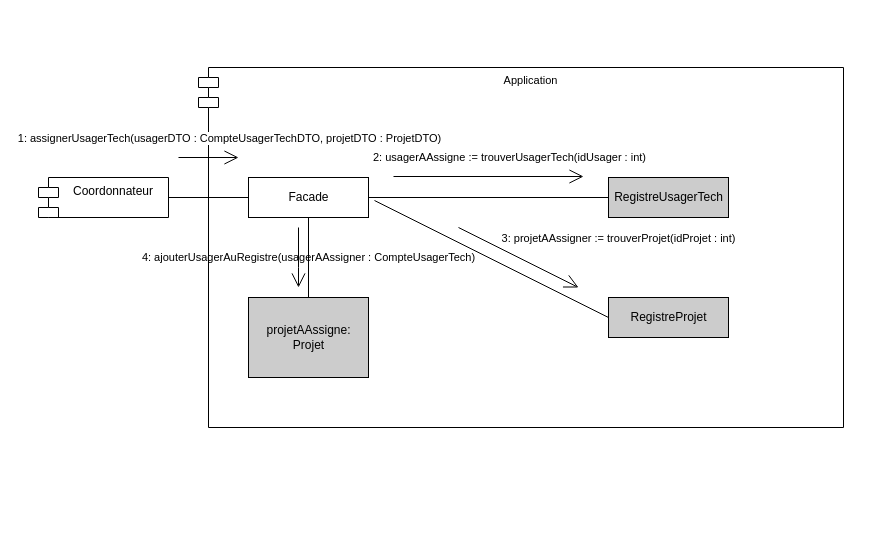
The draw.io diagram Diagrammes de conception/Diagrammes de communication/AssignerUsagerTech.drawio in ChristWasTaken/Projet-Conception-et-Archictecture, before the edit. Source tidied: cells renumbered, new cells numbered last; positions are measured from the earlier drawing's top-left corner, leaving out a move shared by most shapes. Both pictures are drawn from the tidied source at 100%, with x=0, y=0 at pixel (38, 67).
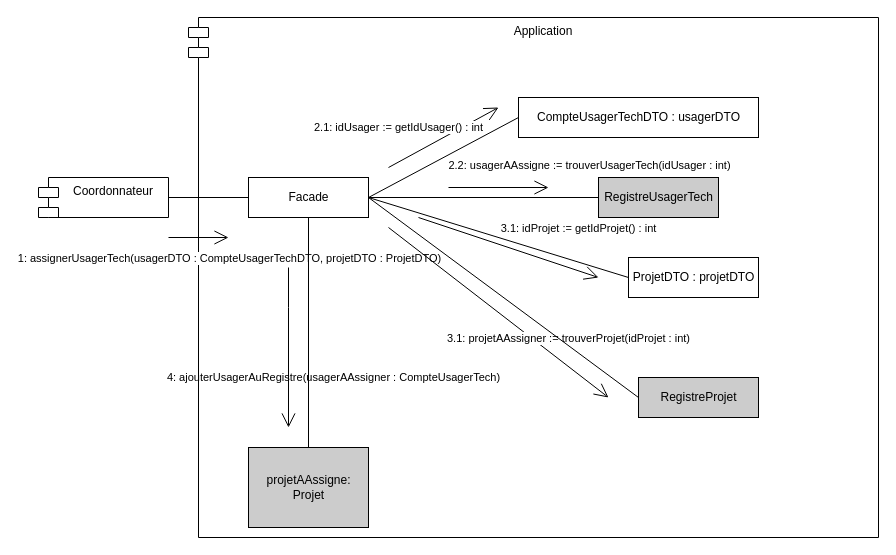
Above is the later version.

The change refers to these unchanged cells:
```xml
<mxCell id="4" value="Facade" style="html=1;fontSize=12;fillColor=#FFFFFF;" parent="1" vertex="1">
  <mxGeometry x="210" y="110" width="120" height="40" as="geometry" />
</mxCell>
```

The edit, as a diff of the source:
```diff
@@
-    <mxCell id="2" value="Application" style="shape=module;align=left;spacingLeft=20;align=center;verticalAlign=top;fontSize=11;fillColor=#FFFFFF;" parent="1" vertex="1">
-      <mxGeometry x="160" width="645" height="360" as="geometry" />
+    <mxCell id="2" value="Application" style="shape=module;align=left;spacingLeft=20;align=center;verticalAlign=top;" parent="1" vertex="1">
+      <mxGeometry x="150" y="-50" width="690" height="520" as="geometry" />
     </mxCell>
@@
     <mxCell id="6" style="endArrow=open;endFill=1;endSize=12;html=1;rounded=0;fontSize=12;" parent="1" edge="1">
       <mxGeometry relative="1" as="geometry">
-        <mxPoint x="140" y="90" as="sourcePoint" />
-        <mxPoint x="200" y="90" as="targetPoint" />
+        <mxPoint x="130" y="170" as="sourcePoint" />
+        <mxPoint x="190" y="170" as="targetPoint" />
       </mxGeometry>
     </mxCell>
     <mxCell id="7" value="1: assignerUsagerTech(usagerDTO : CompteUsagerTechDTO, projetDTO : ProjetDTO)" style="edgeLabel;html=1;align=center;verticalAlign=middle;fontSize=11;" parent="6" vertex="1">
       <mxGeometry x="0.3" y="1" relative="1" as="geometry">
-        <mxPoint x="11" y="-19" as="offset" />
+        <mxPoint x="21" y="21" as="offset" />
       </mxGeometry>
     </mxCell>
-    <mxCell id="8" value="RegistreUsagerTech" style="html=1;fontSize=12;fillColor=#CCCCCC;" parent="1" vertex="1">
-      <mxGeometry x="570" y="110" width="120" height="40" as="geometry" />
-    </mxCell>
-    <mxCell id="9" style="endArrow=open;endFill=1;endSize=12;html=1;rounded=0;fontSize=12;" parent="1" edge="1">
+    <mxCell id="9" style="endArrow=open;endFill=1;endSize=12;html=1;rounded=0;fontSize=12;startArrow=none;" parent="1" edge="1">
       <mxGeometry relative="1" as="geometry">
-        <mxPoint x="355" y="109" as="sourcePoint" />
-        <mxPoint x="545" y="109" as="targetPoint" />
+        <mxPoint x="410" y="120" as="sourcePoint" />
+        <mxPoint x="510" y="120" as="targetPoint" />
       </mxGeometry>
     </mxCell>
-    <mxCell id="10" value="2: usagerAAssigne := trouverUsagerTech(idUsager : int)" style="edgeLabel;html=1;align=center;verticalAlign=middle;fontSize=11;" parent="9" vertex="1">
+    <mxCell id="10" value="2.2: usagerAAssigne := trouverUsagerTech(idUsager : int)" style="edgeLabel;html=1;align=center;verticalAlign=middle;fontSize=11;" parent="9" vertex="1">
       <mxGeometry x="0.4" y="1" relative="1" as="geometry">
-        <mxPoint x="-18" y="-19" as="offset" />
+        <mxPoint x="70" y="-22" as="offset" />
       </mxGeometry>
     </mxCell>
-    <mxCell id="11" style="line;strokeWidth=1;fillColor=none;align=left;verticalAlign=middle;spacingTop=-1;spacingLeft=3;spacingRight=3;labelPosition=right;points=[];portConstraint=eastwest;fontSize=12;" parent="1" vertex="1">
-      <mxGeometry x="330" y="126" width="240" height="8" as="geometry" />
-    </mxCell>
     <mxCell id="12" value="RegistreProjet" style="html=1;fontSize=12;fillColor=#CCCCCC;" parent="1" vertex="1">
-      <mxGeometry x="570" y="230" width="120" height="40" as="geometry" />
+      <mxGeometry x="600" y="310" width="120" height="40" as="geometry" />
     </mxCell>
     <mxCell id="13" style="endArrow=open;endFill=1;endSize=12;html=1;rounded=0;fontSize=12;" parent="1" edge="1">
       <mxGeometry relative="1" as="geometry">
-        <mxPoint x="420" y="160" as="sourcePoint" />
-        <mxPoint x="540" y="220" as="targetPoint" />
+        <mxPoint x="350" y="160" as="sourcePoint" />
+        <mxPoint x="570" y="330" as="targetPoint" />
       </mxGeometry>
     </mxCell>
-    <mxCell id="14" value="3: projetAAssigner := trouverProjet(idProjet : int)" style="edgeLabel;html=1;align=center;verticalAlign=middle;fontSize=11;" parent="13" vertex="1">
+    <mxCell id="14" value="3.1: projetAAssigner := trouverProjet(idProjet : int)" style="edgeLabel;html=1;align=center;verticalAlign=middle;fontSize=11;" parent="13" vertex="1">
       <mxGeometry x="0.34" y="-2" relative="1" as="geometry">
-        <mxPoint x="80" y="-32" as="offset" />
+        <mxPoint x="34" y="-5" as="offset" />
       </mxGeometry>
     </mxCell>
-    <mxCell id="15" style="endArrow=none;html=1;rounded=0;fontSize=12;entryX=0.025;entryY=0.875;entryDx=0;entryDy=0;entryPerimeter=0;exitX=0;exitY=0.5;exitDx=0;exitDy=0;" parent="1" edge="1" source="12" target="11">
-      <mxGeometry relative="1" as="geometry" />
-    </mxCell>
     <mxCell id="16" value="&lt;div&gt;projetAAssigne:&lt;/div&gt;&lt;div&gt;Projet&lt;br&gt;&lt;/div&gt;" style="html=1;fontSize=12;fillColor=#CCCCCC;" parent="1" vertex="1">
-      <mxGeometry x="210" y="230" width="120" height="80" as="geometry" />
+      <mxGeometry x="210" y="380" width="120" height="80" as="geometry" />
     </mxCell>
@@
     <mxCell id="18" style="endArrow=open;endFill=1;endSize=12;html=1;rounded=0;fontSize=12;" parent="1" edge="1">
       <mxGeometry relative="1" as="geometry">
-        <mxPoint x="260" y="160" as="sourcePoint" />
-        <mxPoint x="260" y="220" as="targetPoint" />
+        <mxPoint x="250" y="200" as="sourcePoint" />
+        <mxPoint x="250" y="360" as="targetPoint" />
         <Array as="points">
-          <mxPoint x="260" y="200" />
+          <mxPoint x="250" y="240" />
         </Array>
       </mxGeometry>
     </mxCell>
     <mxCell id="19" value="4: ajouterUsagerAuRegistre(usagerAAssigner : CompteUsagerTech)" style="text;html=1;align=center;verticalAlign=middle;strokeColor=none;fillColor=none;fontSize=11;" parent="1" vertex="1">
-      <mxGeometry x="95" y="180" width="350" height="20" as="geometry" />
+      <mxGeometry x="120" y="300" width="350" height="20" as="geometry" />
     </mxCell>
+    <mxCell id="20" style="endArrow=none;html=1;rounded=0;entryX=0;entryY=0.5;entryDx=0;entryDy=0;exitX=1;exitY=0.5;exitDx=0;exitDy=0;" parent="1" edge="1" source="4" target="8">
+      <mxGeometry relative="1" as="geometry" />
+    </mxCell>
+    <mxCell id="21" value="CompteUsagerTechDTO : usagerDTO" style="html=1;" parent="1" vertex="1">
+      <mxGeometry x="480" y="30" width="240" height="40" as="geometry" />
+    </mxCell>
+    <mxCell id="22" style="endArrow=none;html=1;rounded=0;entryX=0;entryY=0.5;entryDx=0;entryDy=0;exitX=1;exitY=0.5;exitDx=0;exitDy=0;" parent="1" edge="1" source="4" target="21">
+      <mxGeometry relative="1" as="geometry" />
+    </mxCell>
+    <mxCell id="8" value="RegistreUsagerTech" style="html=1;fontSize=12;fillColor=#CCCCCC;" parent="1" vertex="1">
+      <mxGeometry x="560" y="110" width="120" height="40" as="geometry" />
+    </mxCell>
+    <mxCell id="23" style="endArrow=open;endFill=1;endSize=12;html=1;rounded=0;fontSize=12;" parent="1" edge="1">
+      <mxGeometry relative="1" as="geometry">
+        <mxPoint x="350" y="100" as="sourcePoint" />
+        <mxPoint x="460" y="40" as="targetPoint" />
+      </mxGeometry>
+    </mxCell>
+    <mxCell id="24" value="2.1: idUsager := getIdUsager() : int" style="edgeLabel;html=1;align=center;verticalAlign=middle;fontSize=11;" parent="23" vertex="1">
+      <mxGeometry x="0.34" y="-2" relative="1" as="geometry">
+        <mxPoint x="-65" y="-2" as="offset" />
+      </mxGeometry>
+    </mxCell>
+    <mxCell id="25" value="ProjetDTO : projetDTO" style="html=1;" parent="1" vertex="1">
+      <mxGeometry x="590" y="190" width="130" height="40" as="geometry" />
+    </mxCell>
+    <mxCell id="26" style="endArrow=none;html=1;rounded=0;entryX=0;entryY=0.5;entryDx=0;entryDy=0;exitX=1;exitY=0.5;exitDx=0;exitDy=0;" parent="1" edge="1" source="4" target="25">
+      <mxGeometry relative="1" as="geometry" />
+    </mxCell>
+    <mxCell id="27" style="endArrow=open;endFill=1;endSize=12;html=1;rounded=0;fontSize=12;" parent="1" edge="1">
+      <mxGeometry relative="1" as="geometry">
+        <mxPoint x="380" y="150" as="sourcePoint" />
+        <mxPoint x="560" y="210" as="targetPoint" />
+      </mxGeometry>
+    </mxCell>
+    <mxCell id="28" value="3.1: idProjet := getIdProjet() : int" style="edgeLabel;html=1;align=center;verticalAlign=middle;fontSize=11;" parent="27" vertex="1">
+      <mxGeometry x="0.34" y="-2" relative="1" as="geometry">
+        <mxPoint x="40" y="-32" as="offset" />
+      </mxGeometry>
+    </mxCell>
+    <mxCell id="29" style="endArrow=none;html=1;rounded=0;entryX=1;entryY=0.5;entryDx=0;entryDy=0;exitX=0;exitY=0.5;exitDx=0;exitDy=0;" parent="1" edge="1" source="12" target="4">
+      <mxGeometry relative="1" as="geometry" />
+    </mxCell>
```
